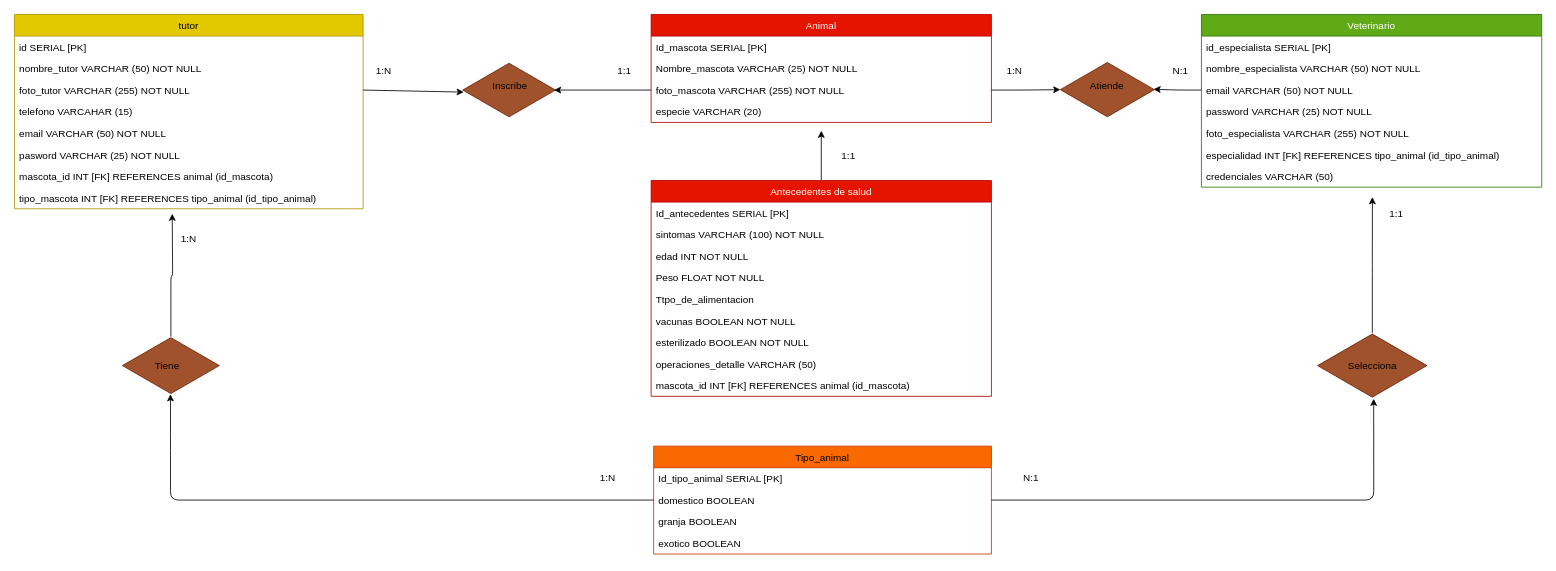
The draw.io diagram page "Modelo físico" (4 of 4) of index.drawio in ndef10/veterinaria, before the edit. Source tidied: cells renumbered, new cells numbered last; positions are measured from the earlier drawing's top-left corner, leaving out a move shared by most shapes. Both pictures are drawn from the tidied source at 83%, with x=0, y=0 at pixel (14, 14).
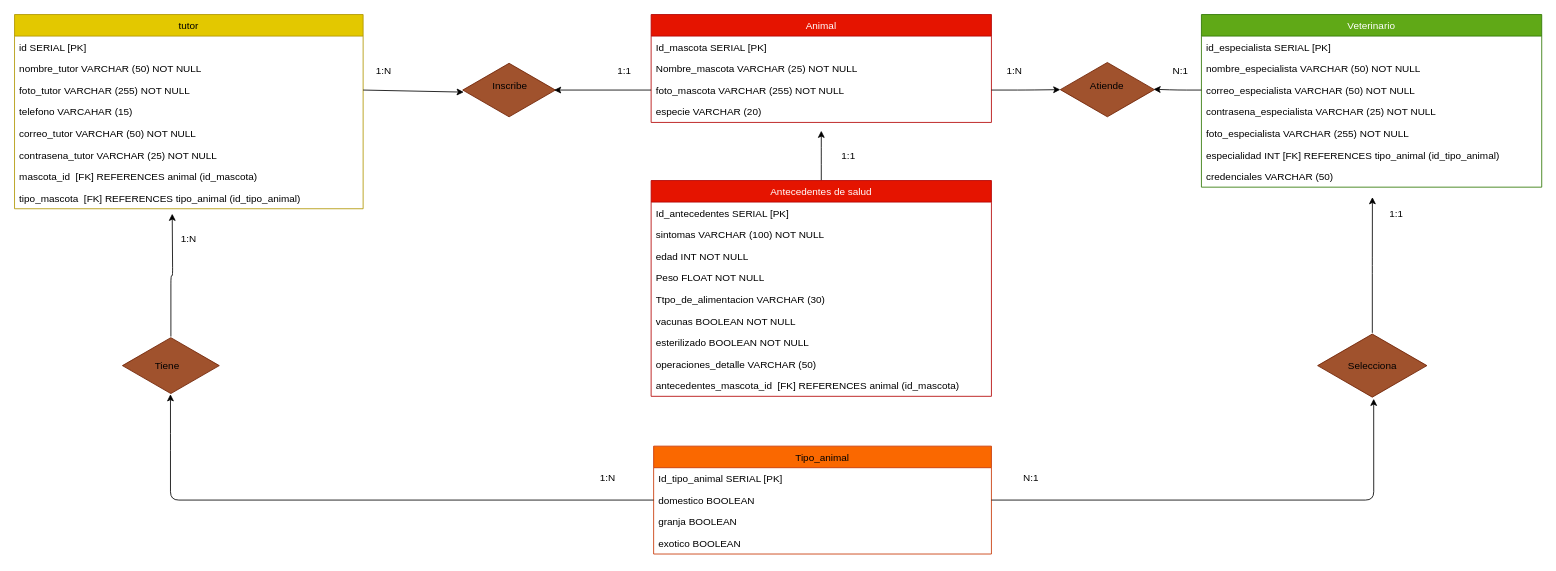
After the change.

Commit message (it also covers changes not shown here):
Se crean y pueblan tablas, además se corrigen detalles de UML

The change refers to these unchanged cells:
```xml
<mxCell id="2" value="Veterinario" style="swimlane;fontStyle=0;horizontal=1;startSize=26;fillColor=#60a917;fontColor=#ffffff;strokeColor=#2D7600;" parent="1" vertex="1">
  <mxGeometry x="1430" width="410" height="208" as="geometry" />
</mxCell>
<mxCell id="10" value="tutor" style="swimlane;fontStyle=0;horizontal=1;startSize=26;fillColor=#e3c800;fontColor=#000000;strokeColor=#B09500;" parent="1" vertex="1">
  <mxGeometry width="420" height="234" as="geometry" />
</mxCell>
<mxCell id="49" value="Antecedentes de salud" style="swimlane;fontStyle=0;horizontal=1;startSize=26;fillColor=#e51400;strokeColor=#B20000;fontColor=#ffffff;" parent="1" vertex="1">
  <mxGeometry x="767" y="200" width="410" height="260" as="geometry" />
</mxCell>
```

The edit, as a diff of the source:
```diff
@@
-    <mxCell id="5" value="email VARCHAR (50) NOT NULL" style="text;strokeColor=none;fillColor=none;align=left;verticalAlign=top;spacingLeft=4;spacingRight=4;overflow=hidden;points=[[0,0.5],[1,0.5]];portConstraint=eastwest;" parent="2" vertex="1">
+    <mxCell id="5" value="correo_especialista VARCHAR (50) NOT NULL" style="text;strokeColor=none;fillColor=none;align=left;verticalAlign=top;spacingLeft=4;spacingRight=4;overflow=hidden;points=[[0,0.5],[1,0.5]];portConstraint=eastwest;" parent="2" vertex="1">
       <mxGeometry y="78" width="410" height="26" as="geometry" />
     </mxCell>
-    <mxCell id="6" value="password VARCHAR (25) NOT NULL" style="text;strokeColor=none;fillColor=none;align=left;verticalAlign=top;spacingLeft=4;spacingRight=4;overflow=hidden;" parent="2" vertex="1">
+    <mxCell id="6" value="contrasena_especialista VARCHAR (25) NOT NULL" style="text;strokeColor=none;fillColor=none;align=left;verticalAlign=top;spacingLeft=4;spacingRight=4;overflow=hidden;" parent="2" vertex="1">
       <mxGeometry y="104" width="410" height="26" as="geometry" />
     </mxCell>
@@
-    <mxCell id="15" value="email VARCHAR (50) NOT NULL" style="text;strokeColor=none;fillColor=none;align=left;verticalAlign=top;spacingLeft=4;spacingRight=4;overflow=hidden;" parent="10" vertex="1">
+    <mxCell id="15" value="correo_tutor VARCHAR (50) NOT NULL" style="text;strokeColor=none;fillColor=none;align=left;verticalAlign=top;spacingLeft=4;spacingRight=4;overflow=hidden;" parent="10" vertex="1">
       <mxGeometry y="130" width="420" height="26" as="geometry" />
     </mxCell>
-    <mxCell id="16" value="pasword VARCHAR (25) NOT NULL" style="text;strokeColor=none;fillColor=none;align=left;verticalAlign=top;spacingLeft=4;spacingRight=4;overflow=hidden;" parent="10" vertex="1">
+    <mxCell id="16" value="contrasena_tutor VARCHAR (25) NOT NULL" style="text;strokeColor=none;fillColor=none;align=left;verticalAlign=top;spacingLeft=4;spacingRight=4;overflow=hidden;" parent="10" vertex="1">
       <mxGeometry y="156" width="420" height="26" as="geometry" />
     </mxCell>
-    <mxCell id="17" value="mascota_id INT [FK] REFERENCES animal (id_mascota)" style="text;strokeColor=none;fillColor=none;align=left;verticalAlign=top;spacingLeft=4;spacingRight=4;overflow=hidden;" parent="10" vertex="1">
+    <mxCell id="17" value="mascota_id  [FK] REFERENCES animal (id_mascota)" style="text;strokeColor=none;fillColor=none;align=left;verticalAlign=top;spacingLeft=4;spacingRight=4;overflow=hidden;" parent="10" vertex="1">
       <mxGeometry y="182" width="420" height="26" as="geometry" />
     </mxCell>
-    <mxCell id="18" value="tipo_mascota INT [FK] REFERENCES tipo_animal (id_tipo_animal)" style="text;strokeColor=none;fillColor=none;align=left;verticalAlign=top;spacingLeft=4;spacingRight=4;overflow=hidden;" parent="10" vertex="1">
+    <mxCell id="18" value="tipo_mascota  [FK] REFERENCES tipo_animal (id_tipo_animal)" style="text;strokeColor=none;fillColor=none;align=left;verticalAlign=top;spacingLeft=4;spacingRight=4;overflow=hidden;" parent="10" vertex="1">
       <mxGeometry y="208" width="420" height="26" as="geometry" />
     </mxCell>
@@
-    <mxCell id="54" value="Ttpo_de_alimentacion" style="text;strokeColor=none;fillColor=none;align=left;verticalAlign=top;spacingLeft=4;spacingRight=4;overflow=hidden;" parent="49" vertex="1">
+    <mxCell id="54" value="Ttpo_de_alimentacion VARCHAR (30)" style="text;strokeColor=none;fillColor=none;align=left;verticalAlign=top;spacingLeft=4;spacingRight=4;overflow=hidden;" parent="49" vertex="1">
       <mxGeometry y="130" width="410" height="26" as="geometry" />
     </mxCell>
@@
-    <mxCell id="58" value="mascota_id INT [FK] REFERENCES animal (id_mascota) " style="text;strokeColor=none;fillColor=none;align=left;verticalAlign=top;spacingLeft=4;spacingRight=4;overflow=hidden;" parent="49" vertex="1">
+    <mxCell id="58" value="antecedentes_mascota_id  [FK] REFERENCES animal (id_mascota) " style="text;strokeColor=none;fillColor=none;align=left;verticalAlign=top;spacingLeft=4;spacingRight=4;overflow=hidden;" parent="49" vertex="1">
       <mxGeometry y="234" width="410" height="26" as="geometry" />
     </mxCell>
```
